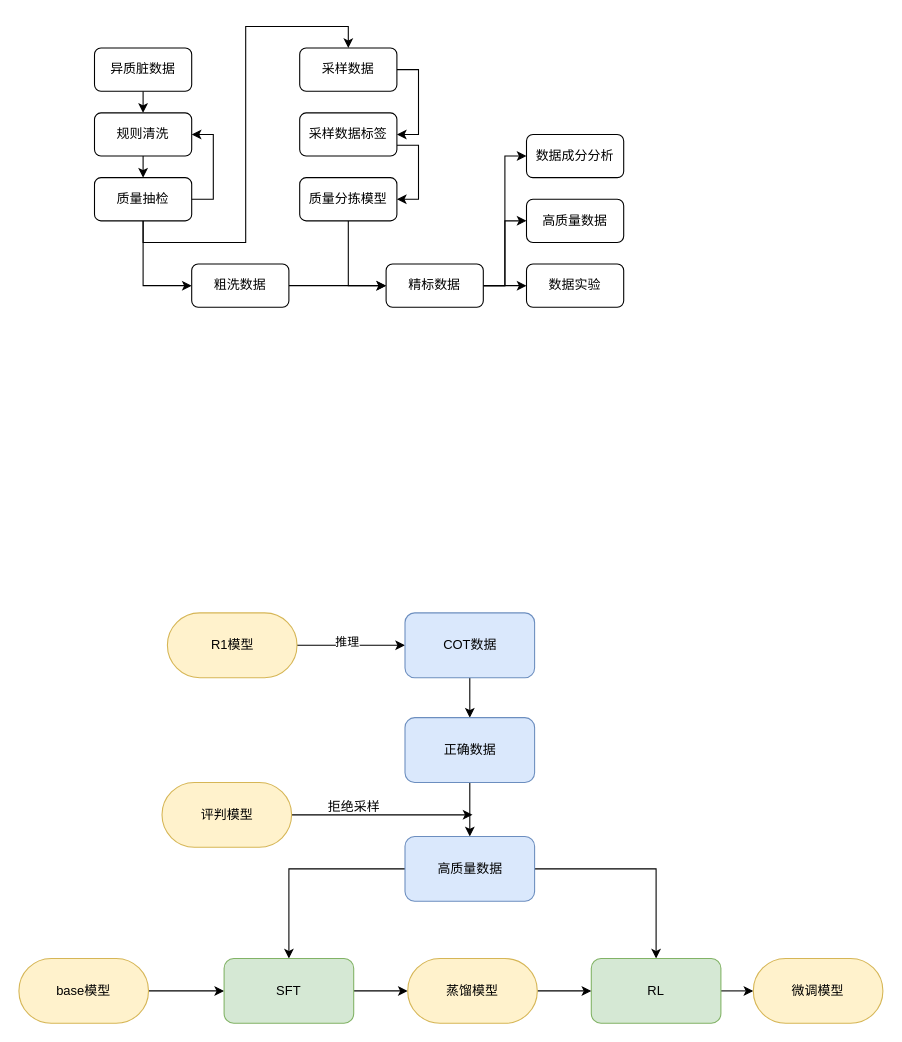
The draw.io diagram 备案图.drawio in xvnlp77/draw_graph, before the edit. Source tidied: cells renumbered, new cells numbered last; positions are measured from the earlier drawing's top-left corner, leaving out a move shared by most shapes. Both pictures are drawn from the tidied source at 108%, with x=0, y=0 at pixel (18, 48).
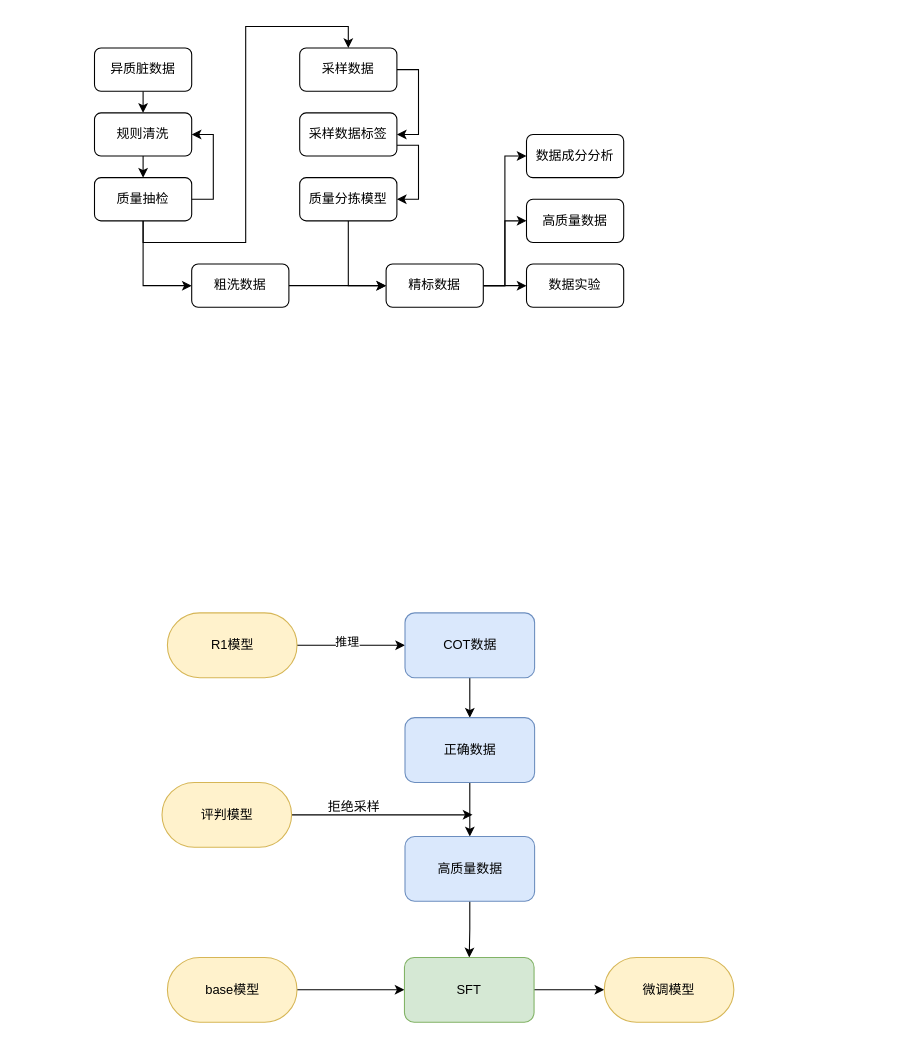
Above is the later version.

Commit message:
更新备案图.drawio

The change refers to these unchanged cells:
```xml
<mxCell id="34" value="高质量数据" style="whiteSpace=wrap;html=1;rounded=1;fillColor=#dae8fc;strokeColor=#6c8ebf;" parent="1" vertex="1">
  <mxGeometry x="357.5" y="730" width="120" height="60" as="geometry" />
</mxCell>
```

What changed in the source:
```diff
@@
-    <mxCell id="32" style="edgeStyle=orthogonalEdgeStyle;rounded=0;jettySize=auto;html=1;exitX=0;exitY=0.5;exitDx=0;exitDy=0;entryX=0.5;entryY=0;entryDx=0;entryDy=0;" parent="1" edge="1" source="34" target="40">
+    <mxCell id="32" style="edgeStyle=orthogonalEdgeStyle;rounded=0;jettySize=auto;html=1;exitX=0.5;exitY=1;exitDx=0;exitDy=0;entryX=0.5;entryY=0;entryDx=0;entryDy=0;" parent="1" edge="1" source="34" target="40">
       <mxGeometry relative="1" as="geometry" />
     </mxCell>
-    <mxCell id="33" style="edgeStyle=orthogonalEdgeStyle;rounded=0;jettySize=auto;html=1;exitX=1;exitY=0.5;exitDx=0;exitDy=0;entryX=0.5;entryY=0;entryDx=0;entryDy=0;" parent="1" edge="1" source="34" target="42">
-      <mxGeometry relative="1" as="geometry" />
-    </mxCell>
@@
     <mxCell id="38" value="base模型" style="rounded=1;whiteSpace=wrap;html=1;arcSize=50;fillColor=#fff2cc;strokeColor=#d6b656;" parent="1" vertex="1">
-      <mxGeometry y="843" width="120" height="60" as="geometry" />
+      <mxGeometry x="137.5" y="842" width="120" height="60" as="geometry" />
     </mxCell>
-    <mxCell id="39" style="edgeStyle=orthogonalEdgeStyle;rounded=0;jettySize=auto;html=1;exitX=1;exitY=0.5;exitDx=0;exitDy=0;entryX=0;entryY=0.5;entryDx=0;entryDy=0;" parent="1" edge="1" source="40" target="44">
-      <mxGeometry relative="1" as="geometry" />
-    </mxCell>
+    <mxCell id="47" style="edgeStyle=orthogonalEdgeStyle;rounded=0;jettySize=auto;html=1;exitX=1;exitY=0.5;exitDx=0;exitDy=0;entryX=0;entryY=0.5;entryDx=0;entryDy=0;" parent="1" edge="1" source="40" target="45">
+      <mxGeometry relative="1" as="geometry" />
+    </mxCell>
     <mxCell id="40" value="SFT" style="whiteSpace=wrap;html=1;rounded=1;fillColor=#d5e8d4;strokeColor=#82b366;" parent="1" vertex="1">
-      <mxGeometry x="190" y="843" width="120" height="60" as="geometry" />
+      <mxGeometry x="357" y="842" width="120" height="60" as="geometry" />
     </mxCell>
-    <mxCell id="41" style="edgeStyle=orthogonalEdgeStyle;rounded=0;jettySize=auto;html=1;exitX=1;exitY=0.5;exitDx=0;exitDy=0;entryX=0;entryY=0.5;entryDx=0;entryDy=0;" parent="1" edge="1" source="42" target="45">
-      <mxGeometry relative="1" as="geometry" />
-    </mxCell>
-    <mxCell id="42" value="RL" style="whiteSpace=wrap;html=1;rounded=1;fillColor=#d5e8d4;strokeColor=#82b366;" parent="1" vertex="1">
-      <mxGeometry x="530" y="843" width="120" height="60" as="geometry" />
-    </mxCell>
-    <mxCell id="43" style="edgeStyle=orthogonalEdgeStyle;rounded=0;jettySize=auto;html=1;exitX=1;exitY=0.5;exitDx=0;exitDy=0;entryX=0;entryY=0.5;entryDx=0;entryDy=0;" parent="1" edge="1" source="44" target="42">
-      <mxGeometry relative="1" as="geometry" />
-    </mxCell>
-    <mxCell id="44" value="蒸馏模型" style="rounded=1;whiteSpace=wrap;html=1;arcSize=50;fillColor=#fff2cc;strokeColor=#d6b656;" parent="1" vertex="1">
-      <mxGeometry x="360" y="843" width="120" height="60" as="geometry" />
-    </mxCell>
     <mxCell id="45" value="微调模型" style="rounded=1;whiteSpace=wrap;html=1;arcSize=50;fillColor=#fff2cc;strokeColor=#d6b656;" parent="1" vertex="1">
-      <mxGeometry x="680" y="843" width="120" height="60" as="geometry" />
+      <mxGeometry x="542" y="842" width="120" height="60" as="geometry" />
     </mxCell>
```
